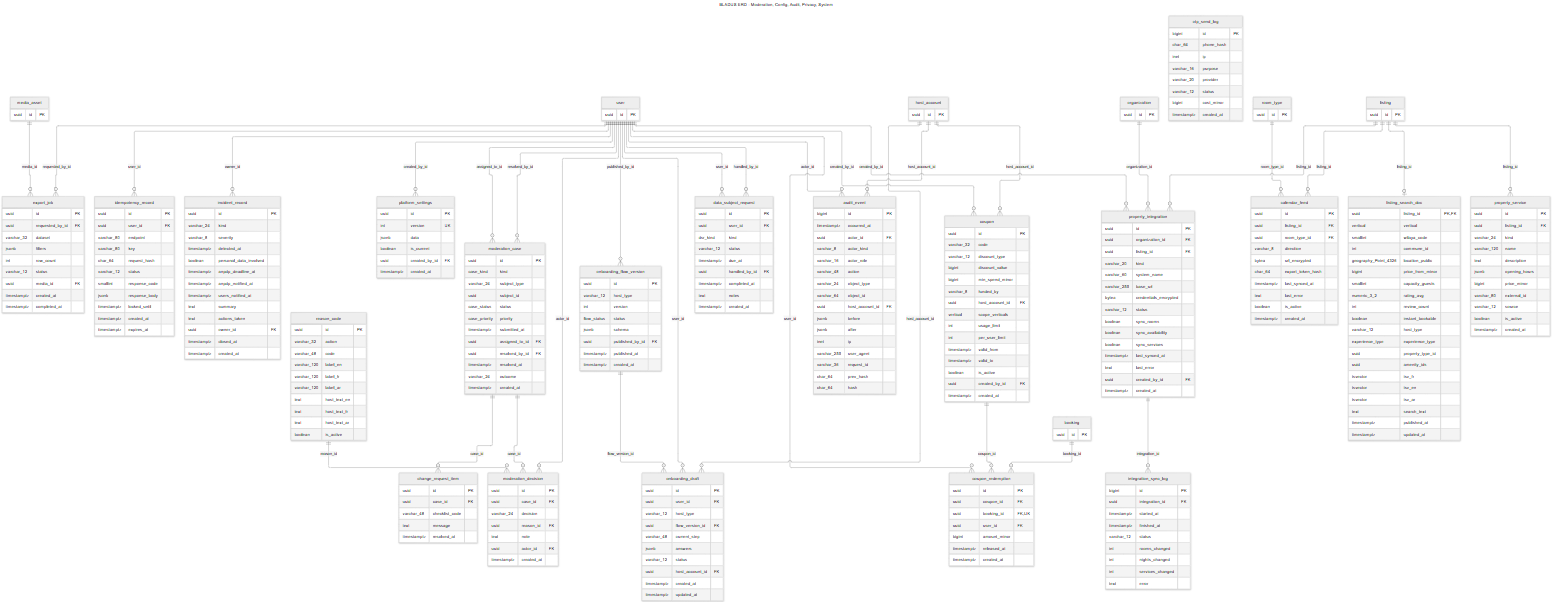
Before: docs/backend/diagrams/rendered/erd-14-moderation-config-audit-privacy-system.png, a diagram exported from Mermaid (med-amine-ok/darna). Its source is kept beside it as docs/backend/diagrams/erd-14-moderation-config-audit-privacy-system.mmd.
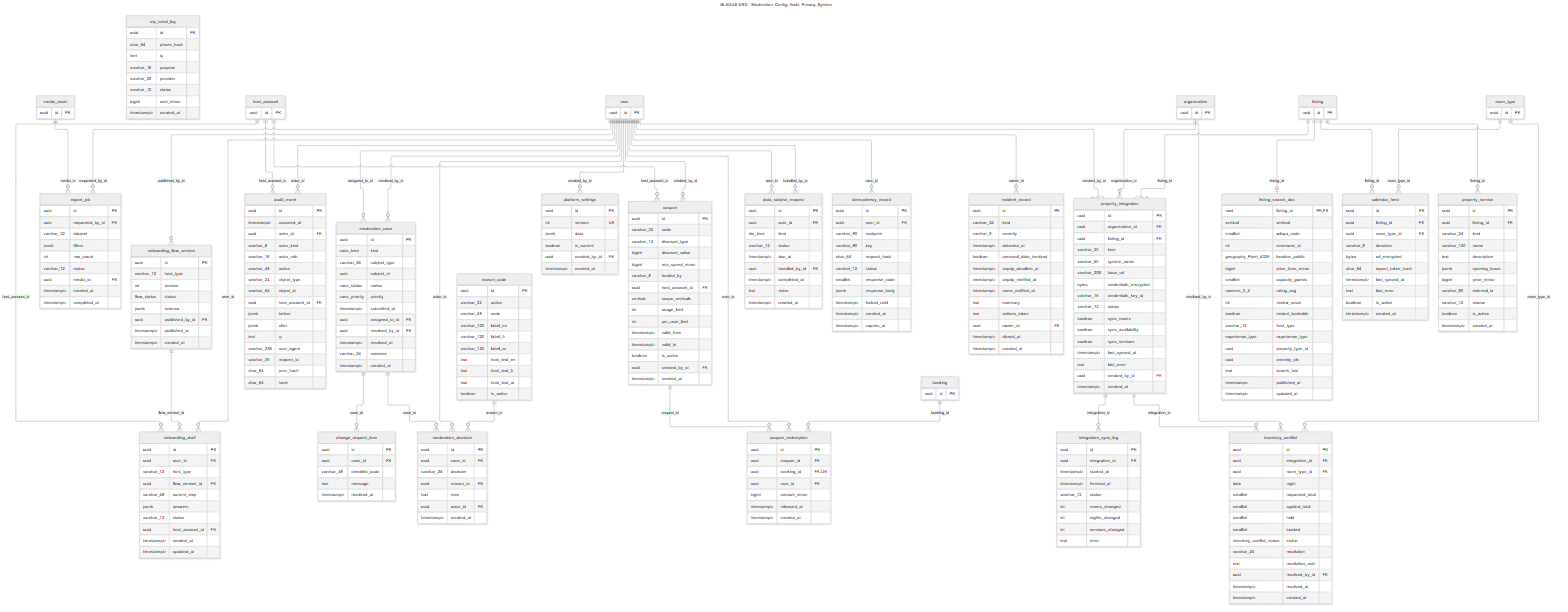
After the commit.

Diff of the diagram source:
```diff
@@ -101,7 +101,7 @@
         timestamptz created_at
     }
     audit_event {
-        bigint id PK
+        uuid id PK
         timestamptz occurred_at
         uuid actor_id FK
         varchar_8 actor_kind
@@ -181,7 +181,7 @@
         timestamptz created_at
     }
     otp_send_log {
-        bigint id PK
+        uuid id PK
         char_64 phone_hash
         inet ip
         varchar_16 purpose
@@ -198,6 +198,7 @@
         varchar_60 system_name
         varchar_255 base_url
         bytea credentials_encrypted
+        varchar_16 credentials_key_id
         varchar_12 status
         boolean sync_rooms
         boolean sync_availability
@@ -208,7 +209,7 @@
         timestamptz created_at
     }
     integration_sync_log {
-        bigint id PK
+        uuid id PK
         uuid integration_id FK
         timestamptz started_at
         timestamptz finished_at
@@ -217,6 +218,22 @@
         int nights_changed
         int services_changed
         text error
+    }
+    inventory_conflict {
+        uuid id PK
+        uuid integration_id FK
+        uuid room_type_id FK
+        date night
+        smallint requested_total
+        smallint applied_total
+        smallint held
+        smallint booked
+        inventory_conflict_status status
+        varchar_24 resolution
+        text resolution_note
+        uuid resolved_by_id FK
+        timestamptz resolved_at
+        timestamptz created_at
     }
     property_service {
         uuid id PK
@@ -246,9 +263,6 @@
         experience_type experience_type
         uuid property_type_id
         uuid amenity_ids
-        tsvector tsv_fr
-        tsvector tsv_en
-        tsvector tsv_ar
         text search_text
         timestamptz published_at
         timestamptz updated_at
@@ -304,5 +318,8 @@
     listing ||--o{ property_integration : "listing_id"
     user ||--o{ property_integration : "created_by_id"
     property_integration ||--o{ integration_sync_log : "integration_id"
+    property_integration ||--o{ inventory_conflict : "integration_id"
+    room_type ||--o{ inventory_conflict : "room_type_id"
+    user ||--o{ inventory_conflict : "resolved_by_id"
     listing ||--o{ property_service : "listing_id"
     listing ||--o| listing_search_doc : "listing_id"
```
